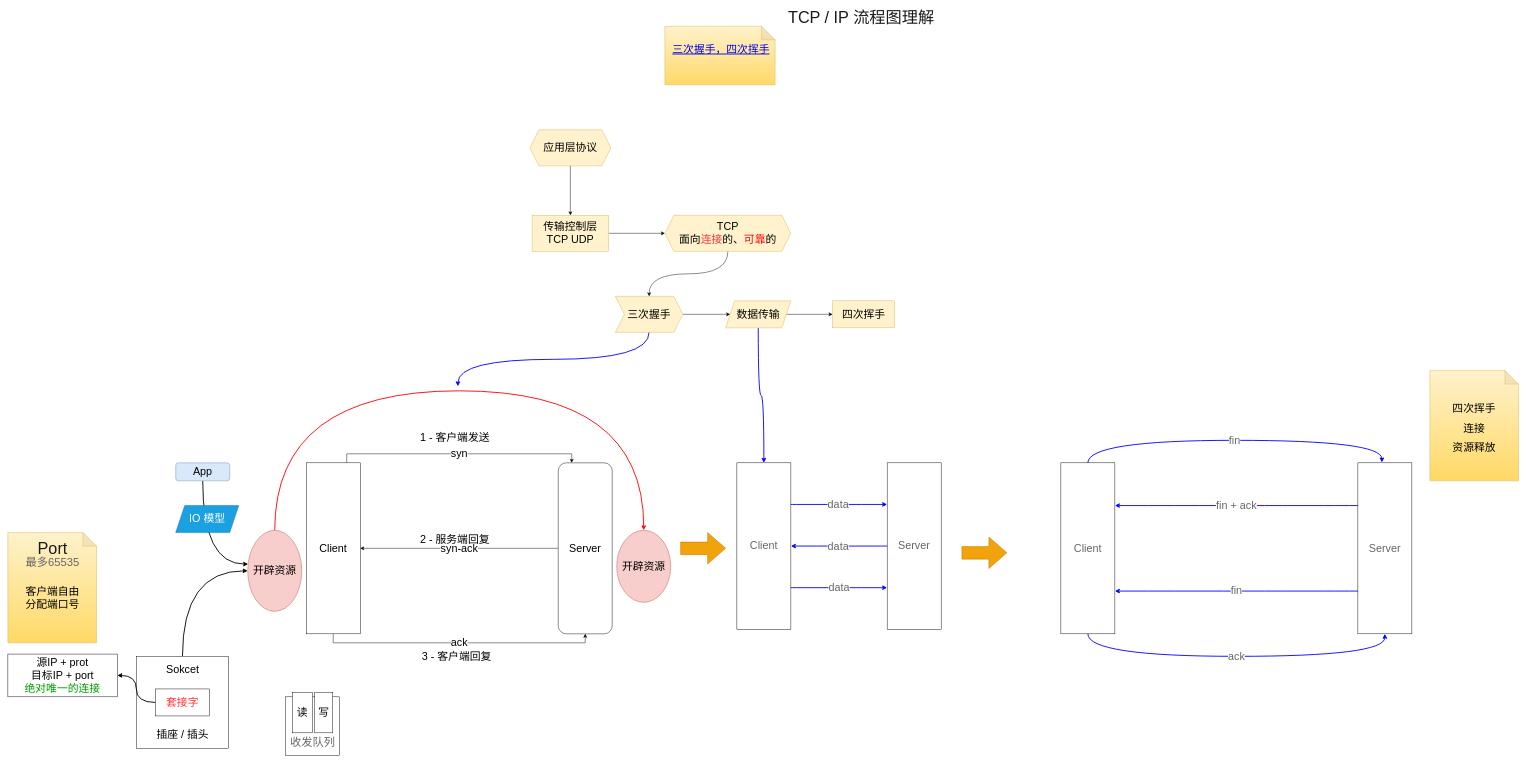
The draw.io diagram 计算机网络/TPC、IP理解流程图.drawio in lynxlangya/diawio-folder, before the edit. Source tidied: cells renumbered, new cells numbered last; positions are measured from the earlier drawing's top-left corner, leaving out a move shared by most shapes. Both pictures are drawn from the tidied source at 45%, with x=0, y=0 at pixel (8, 10).
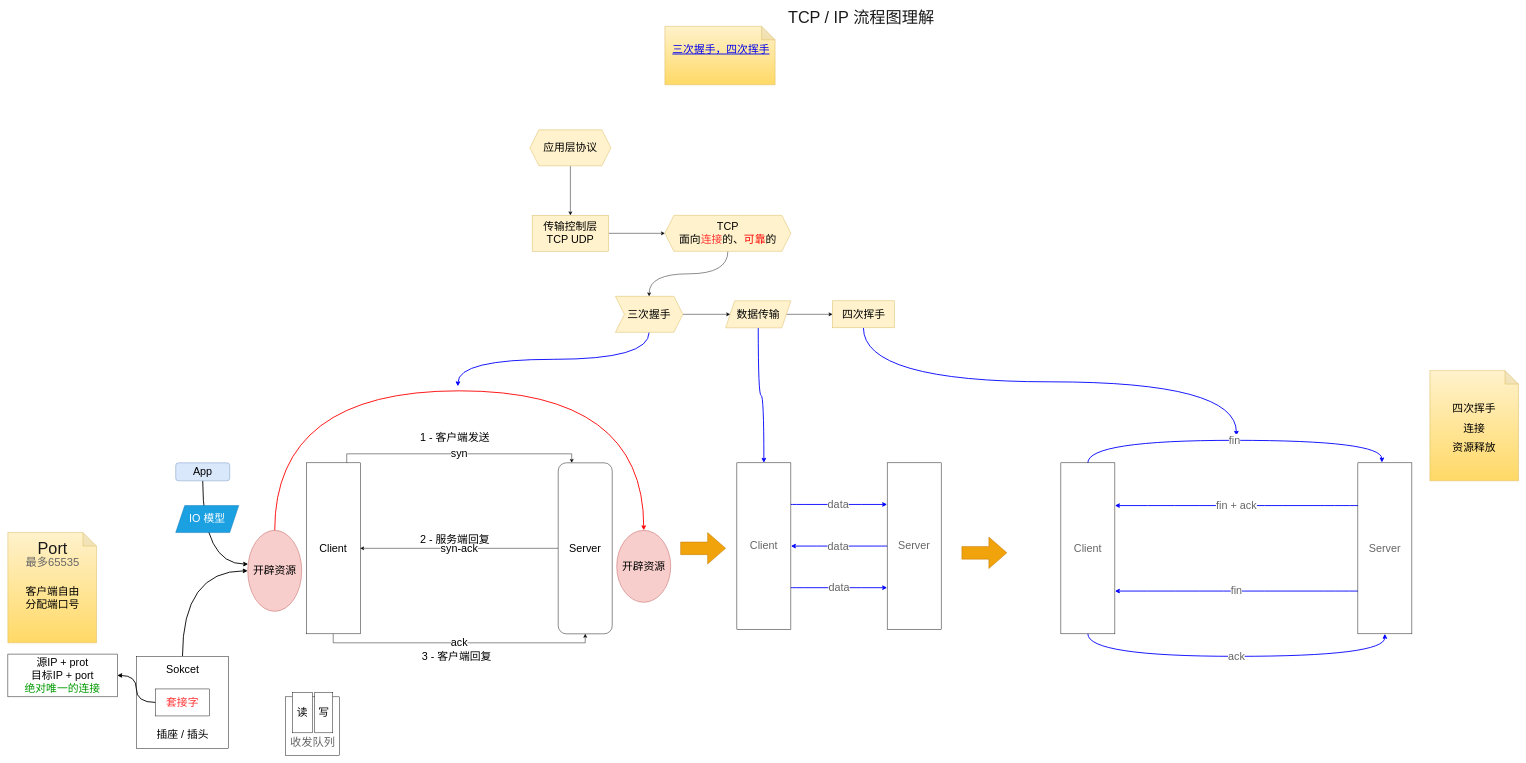
The same page after the edit.

Commit message:
数据传输、四次挥手 :tada:

Unchanged cells that the change refers to:
```xml
<mxCell id="25" value="四次挥手" style="whiteSpace=wrap;html=1;fontSize=24;strokeColor=#d6b656;fillColor=#fff2cc;" parent="1" vertex="1">
  <mxGeometry x="1832.5" y="645" width="137.5" height="60" as="geometry" />
</mxCell>
```

What changed in the source:
```diff
@@
+    <mxCell id="63" style="edgeStyle=orthogonalEdgeStyle;curved=1;rounded=0;jettySize=auto;html=1;exitX=0.5;exitY=1;exitDx=0;exitDy=0;fontSize=24;fontColor=#666666;strokeColor=#0000FF;strokeWidth=2;" parent="1" edge="1" source="25">
+      <mxGeometry relative="1" as="geometry">
+        <mxPoint x="2730" y="945" as="targetPoint" />
+      </mxGeometry>
+    </mxCell>
```
